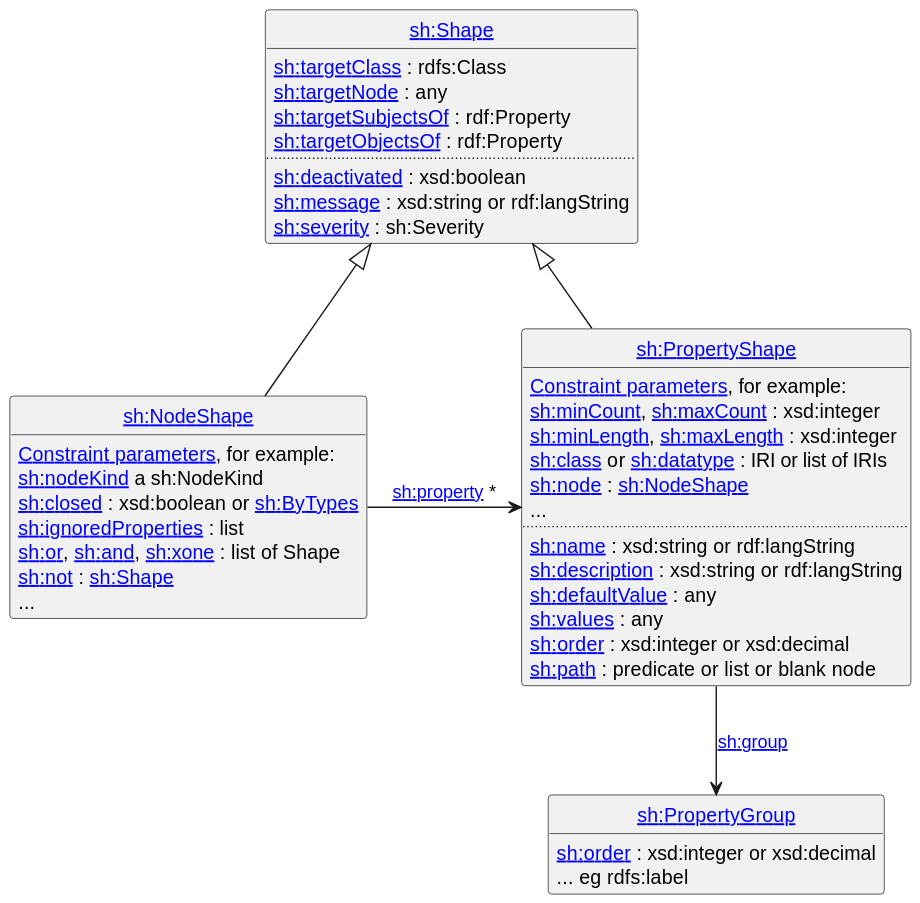
Earlier version of the PlantUML export shacl12-core/images/SHACL-UML.svg (w3c/data-shapes).
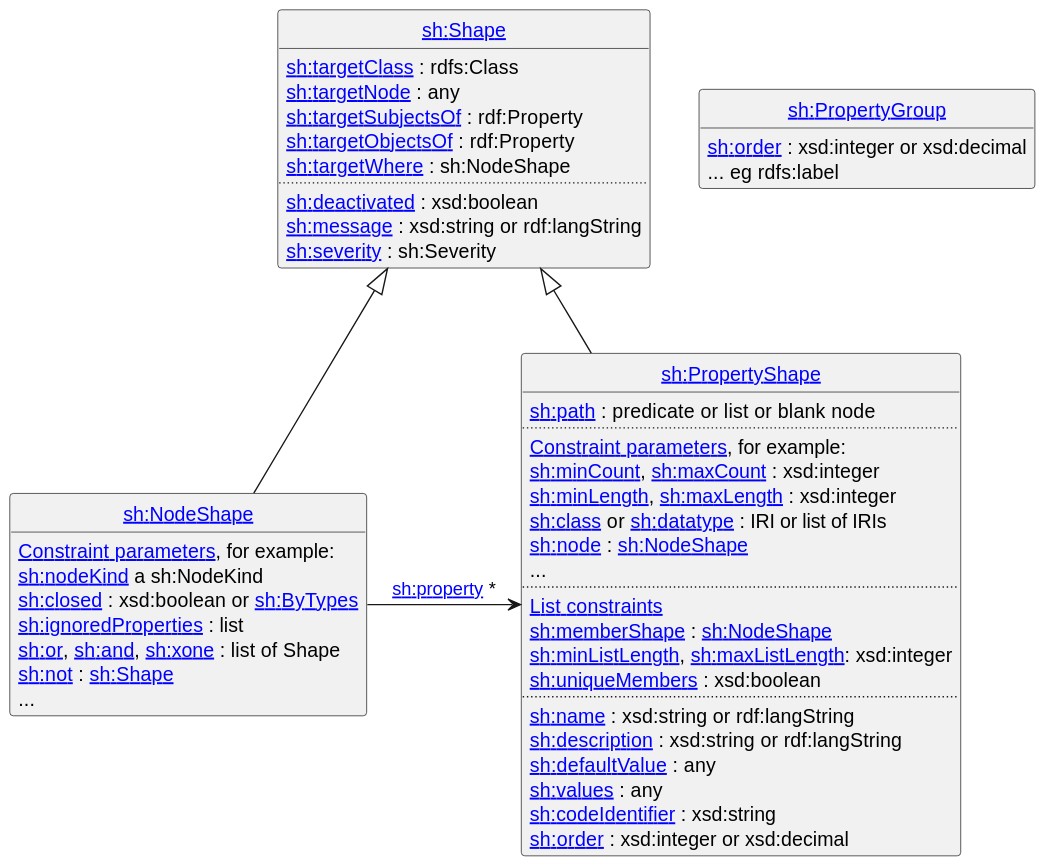
After the commit.

Commit message:
add core-components-list (3 fields), sh:targetWhere, sh:codeIdentifier. Move sh:path to top of PropertyShape

What changed in the source:
```diff
@@ -8,6 +8,7 @@
   [[#targetNode sh:targetNode]] : any
   [[#targetSubjectsOf sh:targetSubjectsOf]] : rdf:Property
   [[#targetObjectsOf sh:targetObjectsOf]] : rdf:Property
+  [[#targetWhere sh:targetWhere]] : sh:NodeShape
   ....
   [[#deactivated sh:deactivated]] : xsd:boolean
   [[#message sh:message]] : xsd:string or rdf:langString
@@ -25,6 +26,8 @@
 }
 
 class "<color:blue><u>sh:PropertyShape" as PropertyShape [[#property-shapes]] {
+  [[#property-paths sh:path]] : predicate or list or blank node
+  ....
   [[#constraints Constraint parameters]], for example:
   [[#MinCountConstraintComponent sh:minCount]], [[#MaxCountConstraintComponent sh:maxCount]] : xsd:integer
   [[#MinLengthConstraintComponent sh:minLength]], [[#MaxLengthConstraintComponent sh:maxLength]] : xsd:integer
@@ -32,12 +35,17 @@
   [[#NodeConstraintComponent sh:node]] : [[#node-shapes sh:NodeShape]]
   ...
   ....
+  [[#core-components-list List constraints]]
+  [[#MemberShapeConstraintComponent sh:memberShape]] : [[#node-shapes sh:NodeShape]]
+  [[#MinListLengthConstraintComponent sh:minListLength]], [[#MaxListLengthConstraintComponent sh:maxListLength]]: xsd:integer
+  [[#UniqueMembersConstraintComponent sh:uniqueMembers]] : xsd:boolean
+  ....
   [[#name sh:name]] : xsd:string or rdf:langString
   [[#description sh:description]] : xsd:string or rdf:langString
   [[#syntax-rule-path-defaultValue sh:defaultValue]] : any
   [[#syntax-rule-path-defaultValue sh:values]] : any
+  [[#codeIdentifier sh:codeIdentifier]] : xsd:string
   [[#order sh:order]] : xsd:integer or xsd:decimal
-  [[#property-paths sh:path]] : predicate or list or blank node
 }
 
 class "<color:blue><u>sh:PropertyGroup" as PropertyGroup [[#group sh:group]] {
@@ -48,5 +56,5 @@
 Shape <|-- NodeShape
 Shape <|-- PropertyShape
 NodeShape -> PropertyShape : [[#property-shapes sh:property]] *
-PropertyShape --> PropertyGroup :  [[#group sh:group]]
+
 @enduml
```
